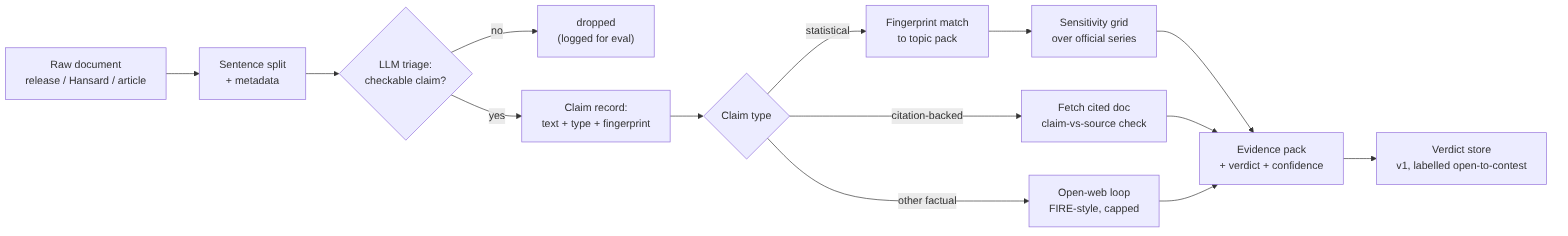
Earlier version of the Mermaid export docs/diagrams/pipeline-dataflow.png (bradleyscott/claimwatch-nz). Its source is kept beside it as docs/diagrams/pipeline-dataflow.mmd. The source it was exported from:
```mermaid
flowchart LR
    A["Raw document<br/>release / Hansard / article"] --> B["Sentence split<br/>+ metadata"]
    B --> C{"LLM triage:<br/>checkable claim?"}
    C -- "no" --> Z["dropped<br/>(logged for eval)"]
    C -- "yes" --> D["Claim record:<br/>text + type + fingerprint"]
    D --> E{"Claim type"}
    E -- "statistical" --> F["Fingerprint match<br/>to topic pack"]
    F --> G["Sensitivity grid<br/>over official series"]
    E -- "citation-backed" --> H["Fetch cited doc<br/>claim-vs-source check"]
    E -- "other factual" --> I["Open-web loop<br/>FIRE-style, capped"]
    G --> J["Evidence pack<br/>+ verdict + confidence"]
    H --> J
    I --> J
    J --> K["Verdict store<br/>v1, labelled open-to-contest"]
```
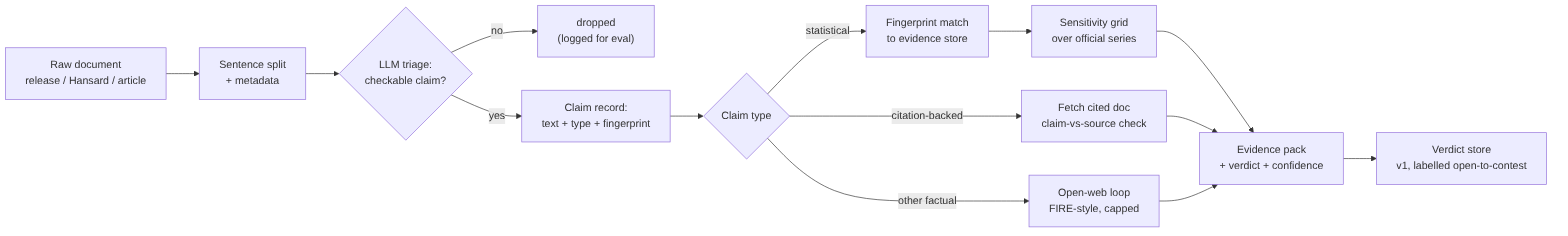
After the change.

Change to the diagram source:
```diff
@@ -4,7 +4,7 @@
     C -- "no" --> Z["dropped<br/>(logged for eval)"]
     C -- "yes" --> D["Claim record:<br/>text + type + fingerprint"]
     D --> E{"Claim type"}
-    E -- "statistical" --> F["Fingerprint match<br/>to topic pack"]
+    E -- "statistical" --> F["Fingerprint match<br/>to evidence store"]
     F --> G["Sensitivity grid<br/>over official series"]
     E -- "citation-backed" --> H["Fetch cited doc<br/>claim-vs-source check"]
     E -- "other factual" --> I["Open-web loop<br/>FIRE-style, capped"]
```
